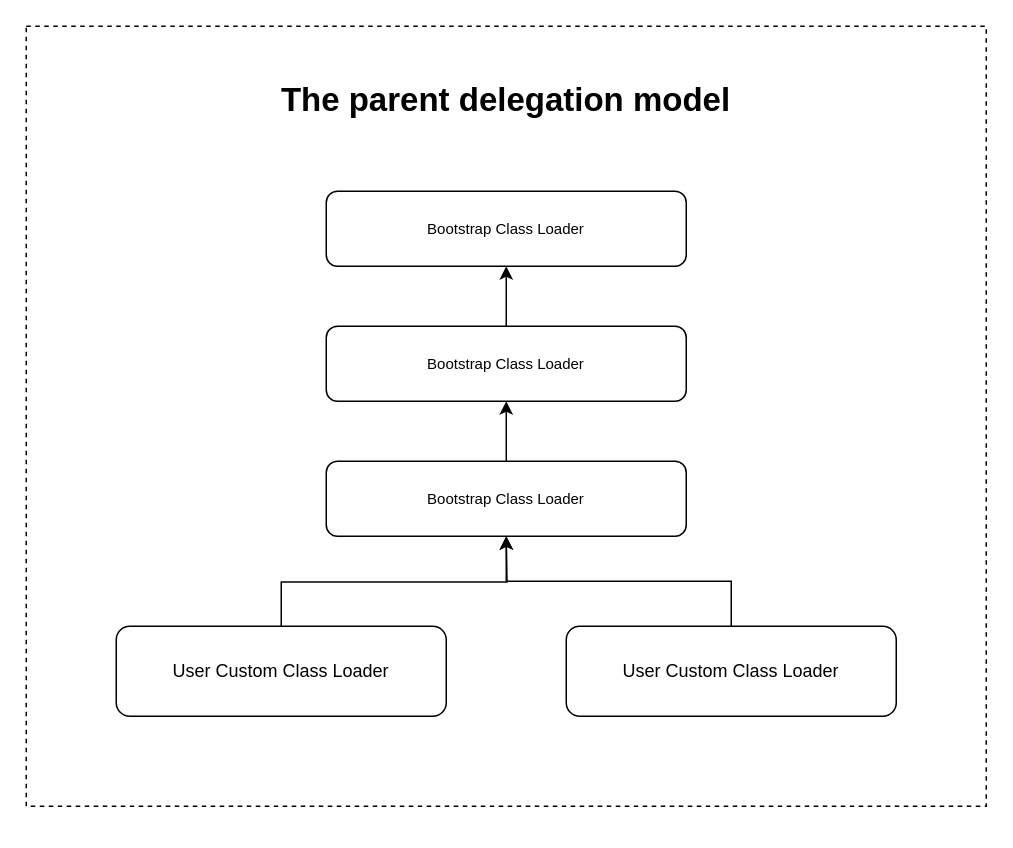
Before: Parents-delegation-model.drawio in LamentWy/pic-repo, a draw.io diagram. Source tidied: cells renumbered, new cells numbered last; positions are measured from the earlier drawing's top-left corner, leaving out a move shared by most shapes. Both pictures are drawn from the tidied source at 150%, with x=0, y=0 at pixel (26, 26).
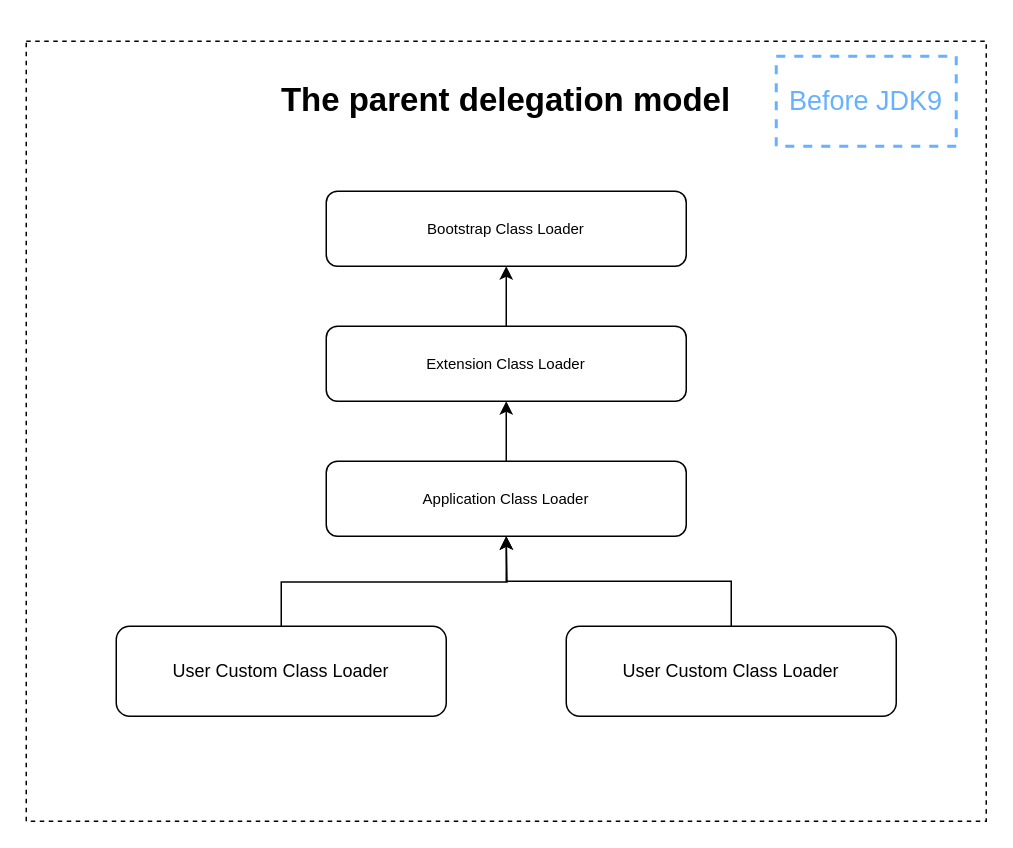
The same page after the edit.

What changed in the source:
```diff
@@
 <mxGraphModel>
   <root>
     <mxCell id="0" />
     <mxCell id="1" parent="0" />
     <mxCell id="2" value="&lt;font size=&quot;1&quot;&gt;Bootstrap Class Loader&lt;/font&gt;" style="rounded=1;whiteSpace=wrap;html=1;" parent="1" vertex="1">
       <mxGeometry x="200" y="110" width="240" height="50" as="geometry" />
     </mxCell>
     <mxCell id="3" style="edgeStyle=orthogonalEdgeStyle;rounded=0;jettySize=auto;html=1;exitX=0.5;exitY=0;exitDx=0;exitDy=0;entryX=0.5;entryY=1;entryDx=0;entryDy=0;" parent="1" edge="1" source="4" target="2">
       <mxGeometry relative="1" as="geometry" />
     </mxCell>
-    <mxCell id="4" value="&lt;font size=&quot;1&quot;&gt;Bootstrap Class Loader&lt;/font&gt;" style="rounded=1;whiteSpace=wrap;html=1;" parent="1" vertex="1">
+    <mxCell id="4" value="&lt;font size=&quot;1&quot;&gt;Extension Class Loader&lt;/font&gt;" style="rounded=1;whiteSpace=wrap;html=1;" parent="1" vertex="1">
       <mxGeometry x="200" y="200" width="240" height="50" as="geometry" />
     </mxCell>
     <mxCell id="5" style="edgeStyle=orthogonalEdgeStyle;rounded=0;jettySize=auto;html=1;exitX=0.5;exitY=0;exitDx=0;exitDy=0;entryX=0.5;entryY=1;entryDx=0;entryDy=0;" parent="1" edge="1" source="6" target="4">
       <mxGeometry relative="1" as="geometry" />
     </mxCell>
-    <mxCell id="6" value="&lt;font size=&quot;1&quot;&gt;Bootstrap Class Loader&lt;/font&gt;" style="rounded=1;whiteSpace=wrap;html=1;" parent="1" vertex="1">
+    <mxCell id="6" value="&lt;font size=&quot;1&quot;&gt;Application Class Loader&lt;/font&gt;" style="rounded=1;whiteSpace=wrap;html=1;" parent="1" vertex="1">
       <mxGeometry x="200" y="290" width="240" height="50" as="geometry" />
     </mxCell>
     <mxCell id="7" style="edgeStyle=orthogonalEdgeStyle;rounded=0;jettySize=auto;html=1;exitX=0.5;exitY=0;exitDx=0;exitDy=0;" parent="1" edge="1" source="8">
       <mxGeometry relative="1" as="geometry">
         <mxPoint x="320" y="340" as="targetPoint" />
       </mxGeometry>
     </mxCell>
     <mxCell id="8" value="User C&lt;span style=&quot;font-size: 12px&quot;&gt;ustom Class Loader&lt;/span&gt;" style="rounded=1;whiteSpace=wrap;html=1;" parent="1" vertex="1">
       <mxGeometry x="60" y="400" width="220" height="60" as="geometry" />
     </mxCell>
     <mxCell id="9" style="edgeStyle=orthogonalEdgeStyle;rounded=0;jettySize=auto;html=1;exitX=0.5;exitY=0;exitDx=0;exitDy=0;entryX=0.5;entryY=1;entryDx=0;entryDy=0;" parent="1" edge="1" source="10" target="6">
       <mxGeometry relative="1" as="geometry" />
     </mxCell>
     <mxCell id="10" value="User C&lt;span style=&quot;font-size: 12px&quot;&gt;ustom Class Loader&lt;/span&gt;" style="rounded=1;whiteSpace=wrap;html=1;" parent="1" vertex="1">
       <mxGeometry x="360" y="400" width="220" height="60" as="geometry" />
     </mxCell>
     <mxCell id="11" value="&lt;font style=&quot;font-size: 22px&quot;&gt;&lt;b&gt;The parent delegation model&lt;/b&gt;&lt;/font&gt;" style="text;html=1;fillColor=none;align=center;verticalAlign=middle;whiteSpace=wrap;rounded=0;dashed=1;" parent="1" vertex="1">
       <mxGeometry x="160" y="30" width="320" height="40" as="geometry" />
     </mxCell>
     <mxCell id="12" style="rounded=0;whiteSpace=wrap;html=1;dashed=1;strokeColor=#000000;fillColor=none;" parent="1" vertex="1">
-      <mxGeometry width="640" height="520" as="geometry" />
+      <mxGeometry y="10" width="640" height="520" as="geometry" />
     </mxCell>
+    <mxCell id="13" value="&lt;font style=&quot;font-size: 18px&quot; color=&quot;#66b2ff&quot;&gt;Before JDK9&lt;/font&gt;" style="rounded=0;whiteSpace=wrap;html=1;dashed=1;fillColor=none;strokeWidth=2;strokeColor=#66B2FF;" parent="1" vertex="1">
+      <mxGeometry x="500" y="20" width="120" height="60" as="geometry" />
+    </mxCell>
   </root>
 </mxGraphModel>
```
